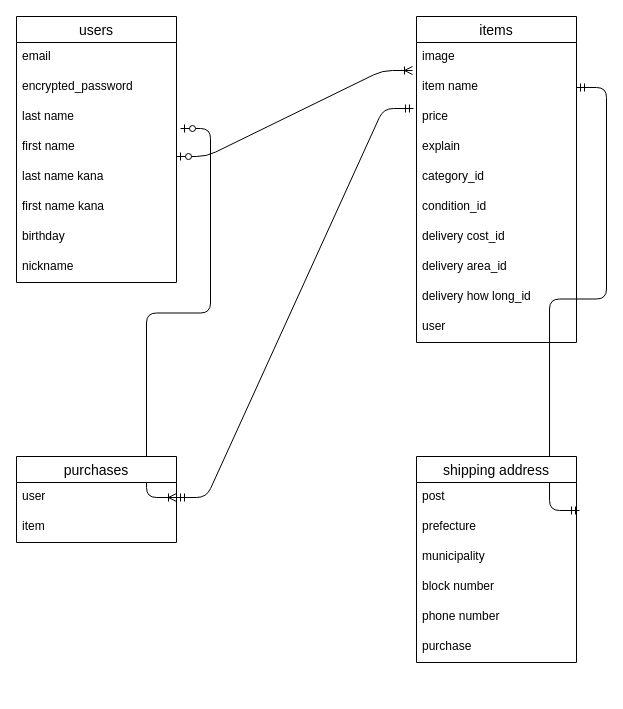
This is test.dio from KUNIHIKO-MIZUNO/furima-32102, a draw.io file, before an edit. Source tidied: cells renumbered, new cells numbered last; positions are measured from the earlier drawing's top-left corner, leaving out a move shared by most shapes. Both pictures are drawn from the tidied source at 100%, with x=0, y=0 at pixel (16, 16).
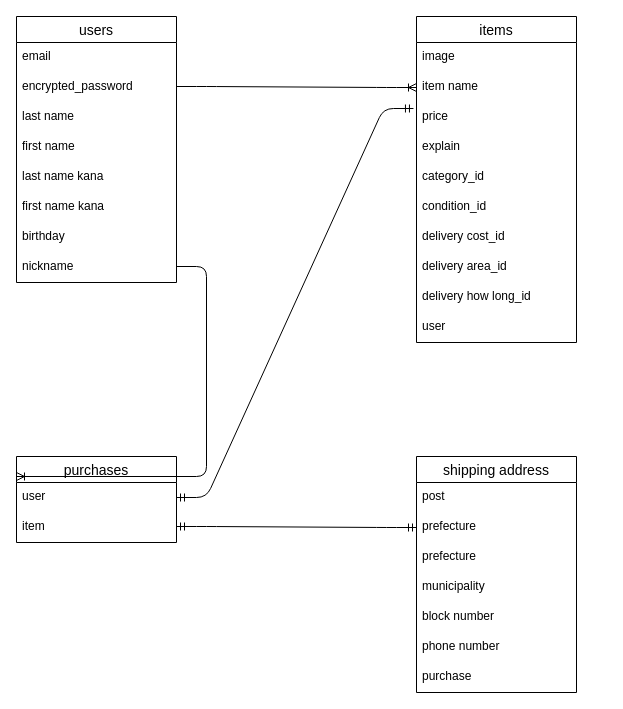
The same diagram, later.

Commit message:
ER図　READEME　修正

Unchanged cells that the change refers to:
```xml
<mxCell id="3" value="image" style="text;strokeColor=none;fillColor=none;spacingLeft=4;spacingRight=4;overflow=hidden;points=[[0,0.5],[1,0.5]];portConstraint=eastwest;fontSize=12;" parent="2" vertex="1">
  <mxGeometry y="26" width="160" height="30" as="geometry" />
</mxCell>
<mxCell id="4" value="item name" style="text;strokeColor=none;fillColor=none;spacingLeft=4;spacingRight=4;overflow=hidden;points=[[0,0.5],[1,0.5]];portConstraint=eastwest;fontSize=12;" parent="2" vertex="1">
  <mxGeometry y="56" width="160" height="30" as="geometry" />
</mxCell>
<mxCell id="16" value="last name" style="text;strokeColor=none;fillColor=none;spacingLeft=4;spacingRight=4;overflow=hidden;points=[[0,0.5],[1,0.5]];portConstraint=eastwest;fontSize=12;" parent="13" vertex="1">
  <mxGeometry y="86" width="160" height="30" as="geometry" />
</mxCell>
<mxCell id="27" value="user" style="text;strokeColor=none;fillColor=none;spacingLeft=4;spacingRight=4;overflow=hidden;points=[[0,0.5],[1,0.5]];portConstraint=eastwest;fontSize=12;" parent="26" vertex="1">
  <mxGeometry y="26" width="160" height="30" as="geometry" />
</mxCell>
```

Diff of the diagram source:
```diff
@@
-    <mxCell id="22" style="edgeStyle=entityRelationEdgeStyle;fontSize=12;html=1;endArrow=ERoneToMany;startArrow=ERzeroToOne;entryX=-0.025;entryY=0.933;entryDx=0;entryDy=0;entryPerimeter=0;" parent="1" edge="1" target="3">
-      <mxGeometry relative="1" as="geometry">
-        <mxPoint x="160" y="140" as="sourcePoint" />
-      </mxGeometry>
-    </mxCell>
-    <mxCell id="23" style="edgeStyle=entityRelationEdgeStyle;fontSize=12;html=1;endArrow=ERoneToMany;startArrow=ERzeroToOne;exitX=1.025;exitY=0.867;exitDx=0;exitDy=0;exitPerimeter=0;" parent="1" edge="1" source="16">
-      <mxGeometry relative="1" as="geometry">
-        <mxPoint x="160" y="481" as="targetPoint" />
-      </mxGeometry>
-    </mxCell>
@@
-    <mxCell id="25" style="edgeStyle=entityRelationEdgeStyle;fontSize=12;html=1;endArrow=ERmandOne;startArrow=ERmandOne;exitX=1.019;exitY=-0.067;exitDx=0;exitDy=0;exitPerimeter=0;" parent="1" edge="1" source="31" target="4">
-      <mxGeometry relative="1" as="geometry" />
-    </mxCell>
@@
     <mxCell id="29" value="shipping address" style="swimlane;fontStyle=0;horizontal=1;startSize=26;align=center;fontSize=14;" parent="1" vertex="1">
-      <mxGeometry x="400" y="440" width="160" height="206" as="geometry" />
+      <mxGeometry x="400" y="440" width="160" height="236" as="geometry" />
     </mxCell>
@@
+    <mxCell id="36" value="prefecture" style="text;strokeColor=none;fillColor=none;spacingLeft=4;spacingRight=4;overflow=hidden;points=[[0,0.5],[1,0.5]];portConstraint=eastwest;fontSize=12;" parent="29" vertex="1">
+      <mxGeometry y="56" width="160" height="30" as="geometry" />
+    </mxCell>
     <mxCell id="31" value="prefecture" style="text;strokeColor=none;fillColor=none;spacingLeft=4;spacingRight=4;overflow=hidden;points=[[0,0.5],[1,0.5]];portConstraint=eastwest;fontSize=12;" parent="29" vertex="1">
-      <mxGeometry y="56" width="160" height="30" as="geometry" />
+      <mxGeometry y="86" width="160" height="30" as="geometry" />
     </mxCell>
     <mxCell id="32" value="municipality" style="text;strokeColor=none;fillColor=none;spacingLeft=4;spacingRight=4;overflow=hidden;fontSize=12;" parent="29" vertex="1">
-      <mxGeometry y="86" width="160" height="30" as="geometry" />
+      <mxGeometry y="116" width="160" height="30" as="geometry" />
     </mxCell>
     <mxCell id="33" value="block number " style="text;strokeColor=none;fillColor=none;spacingLeft=4;spacingRight=4;overflow=hidden;fontSize=12;" parent="29" vertex="1">
-      <mxGeometry y="116" width="160" height="30" as="geometry" />
+      <mxGeometry y="146" width="160" height="30" as="geometry" />
     </mxCell>
     <mxCell id="34" value="phone number" style="text;strokeColor=none;fillColor=none;spacingLeft=4;spacingRight=4;overflow=hidden;fontSize=12;" parent="29" vertex="1">
-      <mxGeometry y="146" width="160" height="30" as="geometry" />
+      <mxGeometry y="176" width="160" height="30" as="geometry" />
     </mxCell>
     <mxCell id="35" value="purchase" style="text;strokeColor=none;fillColor=none;spacingLeft=4;spacingRight=4;overflow=hidden;fontSize=12;" parent="29" vertex="1">
-      <mxGeometry y="176" width="160" height="30" as="geometry" />
+      <mxGeometry y="206" width="160" height="30" as="geometry" />
     </mxCell>
+    <mxCell id="37" style="edgeStyle=entityRelationEdgeStyle;fontSize=12;html=1;endArrow=ERoneToMany;entryX=0;entryY=-0.2;entryDx=0;entryDy=0;entryPerimeter=0;" parent="1" edge="1" target="27">
+      <mxGeometry relative="1" as="geometry">
+        <mxPoint x="160" y="250" as="sourcePoint" />
+      </mxGeometry>
+    </mxCell>
+    <mxCell id="38" style="edgeStyle=entityRelationEdgeStyle;fontSize=12;html=1;endArrow=ERoneToMany;entryX=0;entryY=0.5;entryDx=0;entryDy=0;" parent="1" edge="1" target="4">
+      <mxGeometry relative="1" as="geometry">
+        <mxPoint x="160" y="70" as="sourcePoint" />
+      </mxGeometry>
+    </mxCell>
+    <mxCell id="39" style="edgeStyle=entityRelationEdgeStyle;fontSize=12;html=1;endArrow=ERmandOne;startArrow=ERmandOne;entryX=0;entryY=0.5;entryDx=0;entryDy=0;" parent="1" edge="1" target="36">
+      <mxGeometry relative="1" as="geometry">
+        <mxPoint x="160" y="510" as="sourcePoint" />
+      </mxGeometry>
+    </mxCell>
```
